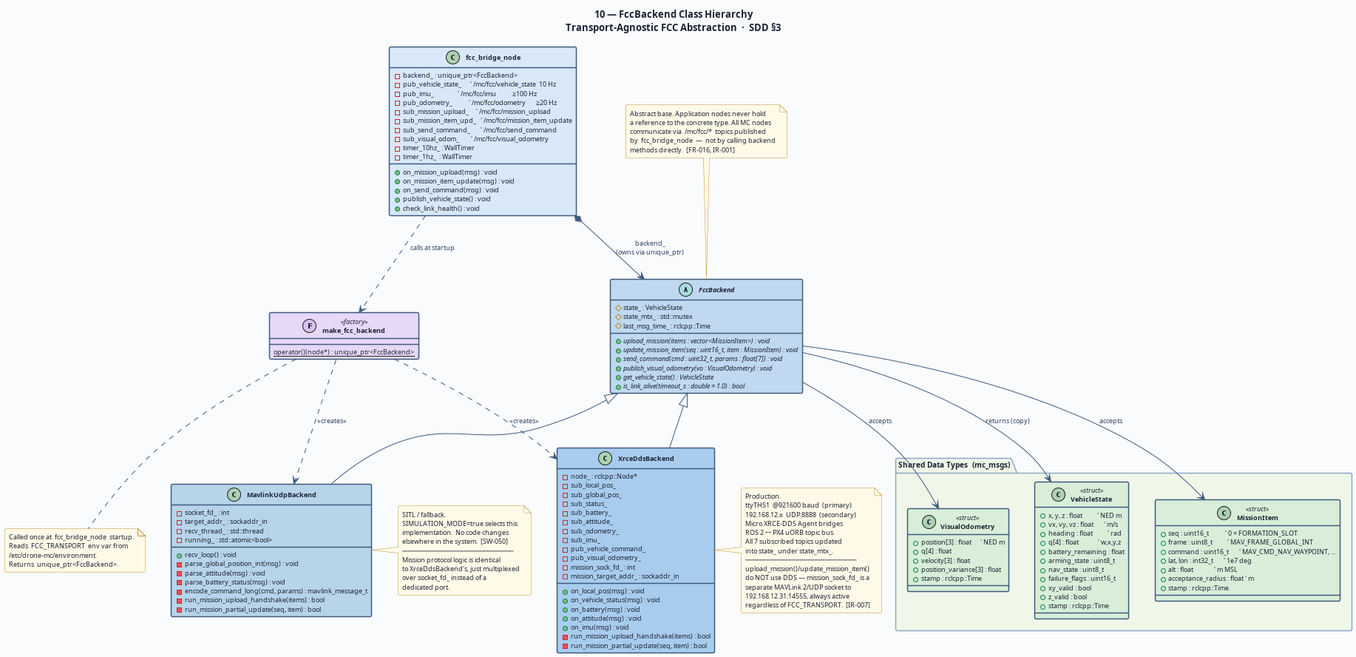
Before: diagrams/10-sdd-fccbackend-class.png, a diagram exported from PlantUML (shawnsoh-stengg/shawnsoh-stengg-drone-swarm-mc-tempFork).
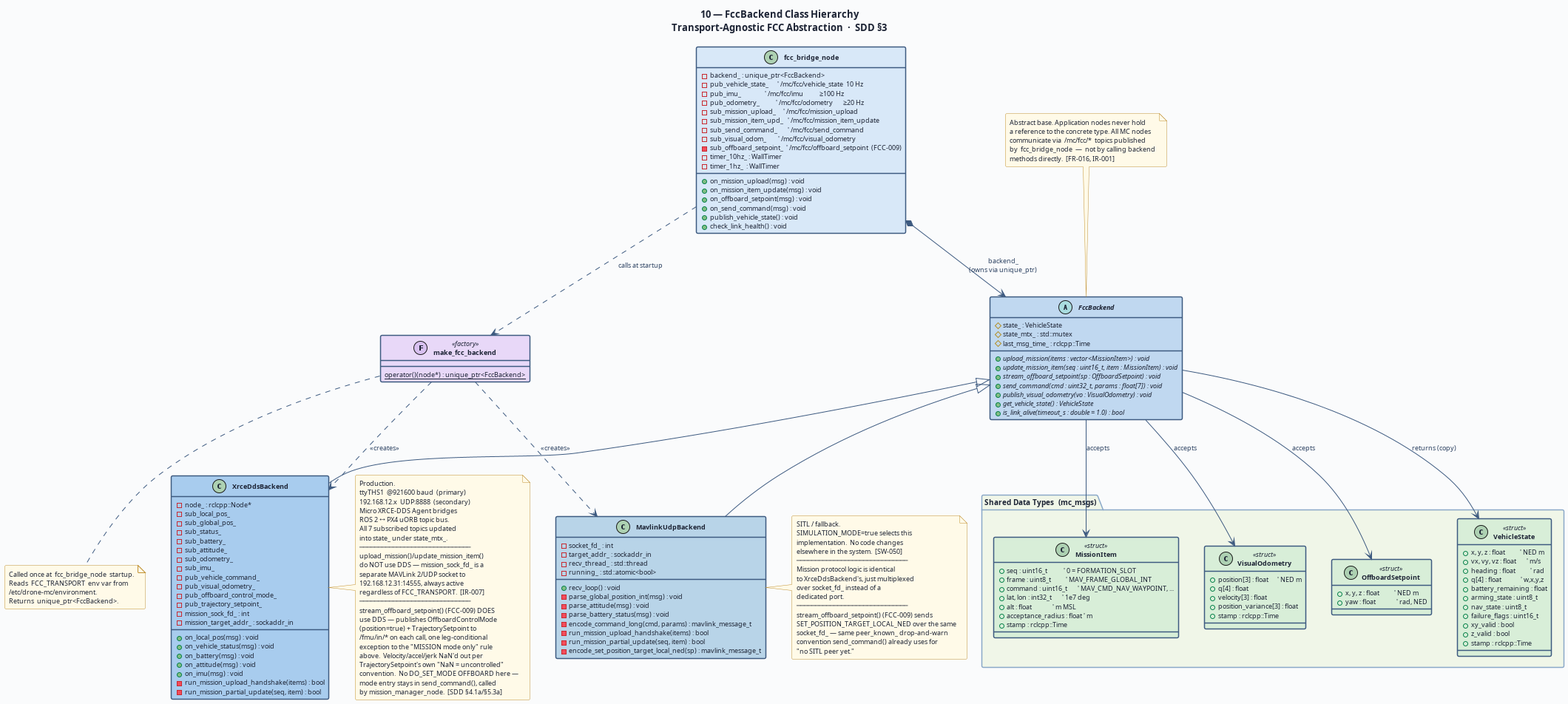
Later version of the same file.

Change to the diagram source:
```diff
@@ -61,12 +61,18 @@
     + position_variance[3] : float
     + stamp : rclcpp::Time
   }
+
+  class OffboardSetpoint << struct >> #D8EED8 {
+    + x, y, z : float          ' NED m
+    + yaw : float              ' rad, NED
+  }
 }
 
 
 abstract class FccBackend #C0D8F0 {
   {abstract} + upload_mission(items : vector<MissionItem>) : void
   {abstract} + update_mission_item(seq : uint16_t, item : MissionItem) : void
+  {abstract} + stream_offboard_setpoint(sp : OffboardSetpoint) : void
   {abstract} + send_command(cmd : uint32_t, params : float[7]) : void
   {abstract} + publish_visual_odometry(vo : VisualOdometry) : void
   {abstract} + get_vehicle_state() : VehicleState
@@ -88,6 +94,8 @@
   - sub_imu_
   - pub_vehicle_command_
   - pub_visual_odometry_
+  - pub_offboard_control_mode_
+  - pub_trajectory_setpoint_
   - mission_sock_fd_ : int
   - mission_target_addr_ : sockaddr_in
   __
@@ -113,6 +121,7 @@
   - encode_command_long(cmd, params) : mavlink_message_t
   - run_mission_upload_handshake(items) : bool
   - run_mission_partial_update(seq, item) : bool
+  - encode_set_position_target_local_ned(sp) : mavlink_message_t
 }
 
 
@@ -130,11 +139,13 @@
   - sub_mission_item_upd_   ' /mc/fcc/mission_item_update
   - sub_send_command_       ' /mc/fcc/send_command
   - sub_visual_odom_        ' /mc/fcc/visual_odometry
+  - sub_offboard_setpoint_  ' /mc/fcc/offboard_setpoint  (FCC-009)
   - timer_10hz_ : WallTimer
   - timer_1hz_  : WallTimer
   __
   + on_mission_upload(msg) : void
   + on_mission_item_update(msg) : void
+  + on_offboard_setpoint(msg) : void
   + on_send_command(msg) : void
   + publish_vehicle_state() : void
   + check_link_health() : void
@@ -153,6 +164,7 @@
 FccBackend --> VehicleState       : returns (copy)
 FccBackend --> MissionItem        : accepts
 FccBackend --> VisualOdometry     : accepts
+FccBackend --> OffboardSetpoint   : accepts
 
 
 note top of FccBackend
@@ -177,6 +189,17 @@
   separate MAVLink 2/UDP socket to
   192.168.12.31:14555, always active
   regardless of FCC_TRANSPORT.  [IR-007]
+  ──────────────────────────────
+  stream_offboard_setpoint() (FCC-009) DOES
+  use DDS — publishes OffboardControlMode
+  (position=true) + TrajectorySetpoint to
+  /fmu/in/* on each call, one leg-conditional
+  exception to the "MISSION mode only" rule
+  above.  Velocity/accel/jerk NaN'd out per
+  TrajectorySetpoint's own "NaN = uncontrolled"
+  convention.  No DO_SET_MODE OFFBOARD here —
+  mode entry stays in send_command(), called
+  by mission_manager_node.  [SDD §4.1a/§5.3a]
 end note
 
 note right of MavlinkUdpBackend
@@ -189,6 +212,12 @@
   to XrceDdsBackend's, just multiplexed
   over socket_fd_ instead of a
   dedicated port.
+  ──────────────────────────────
+  stream_offboard_setpoint() (FCC-009) sends
+  SET_POSITION_TARGET_LOCAL_NED over the same
+  socket_fd_ — same peer_known_ drop-and-warn
+  convention send_command() already uses for
+  "no SITL peer yet."
 end note
 
 note bottom of make_fcc_backend
```
